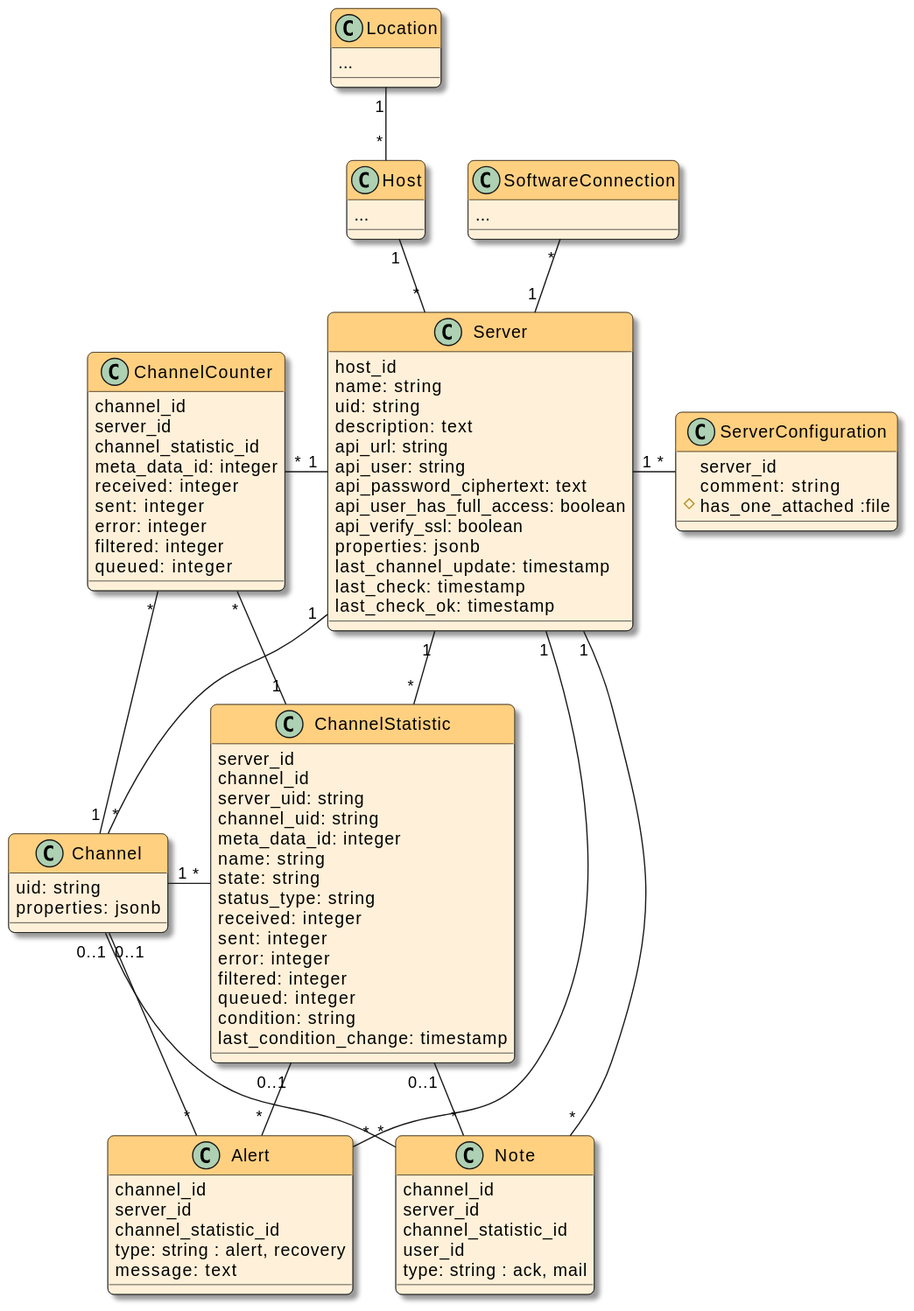
This is docsrc/devnotes/modules/ROOT/images/models.svg from swobspace/mirco, a PlantUML export, as it was before one commit. Source of this version:
```plantuml
@startuml
top to bottom direction

!theme mirco from .

class Location {
  ...
}
class Host {
  ...
}
class SoftwareConnection {
  ...
}

class Server  {
  host_id
  name: string
  uid: string
  description: text
  api_url: string
  api_user: string
  api_password_ciphertext: text
  api_user_has_full_access: boolean
  api_verify_ssl: boolean
  properties: jsonb
  last_channel_update: timestamp
  last_check: timestamp
  last_check_ok: timestamp
}

class Channel {
  uid: string
  properties: jsonb
}

class ChannelStatistic {
  server_id
  channel_id
  server_uid: string
  channel_uid: string
  meta_data_id: integer
  name: string
  state: string
  status_type: string
  received: integer
  sent: integer
  error: integer
  filtered: integer
  queued: integer
  condition: string
  last_condition_change: timestamp
}

class ChannelCounter {
  channel_id
  server_id
  channel_statistic_id
  meta_data_id: integer
  received: integer
  sent: integer
  error: integer
  filtered: integer
  queued: integer
}

class Alert {
  channel_id
  server_id
  channel_statistic_id
  type: string : alert, recovery
  message: text
}

class Note {
  channel_id
  server_id
  channel_statistic_id
  user_id
  type: string : ack, mail
}

class ServerConfiguration {
  server_id
  comment: string
  # has_one_attached :file
}

Location "1" -- "*" Host
Host "1" -- "*" Server
SoftwareConnection "*" -- "1" "Server"
Server "1" -- "*" Channel
Server "1" - "*" ServerConfiguration
Server "1" - "*" ChannelStatistic
Channel "1" - "*" ChannelStatistic
ChannelCounter "*" - "1" Server
ChannelCounter "*" -- "1" Channel
ChannelCounter "*" -- "1" ChannelStatistic
Server "1" -- "*" Alert
Channel "0..1" -- "*" Alert
ChannelStatistic "0..1" -- "*" Alert
Server "1" -- "*" Note
Channel "0..1" -- "*" Note
ChannelStatistic "0..1" -- "*" Note

@enduml
```
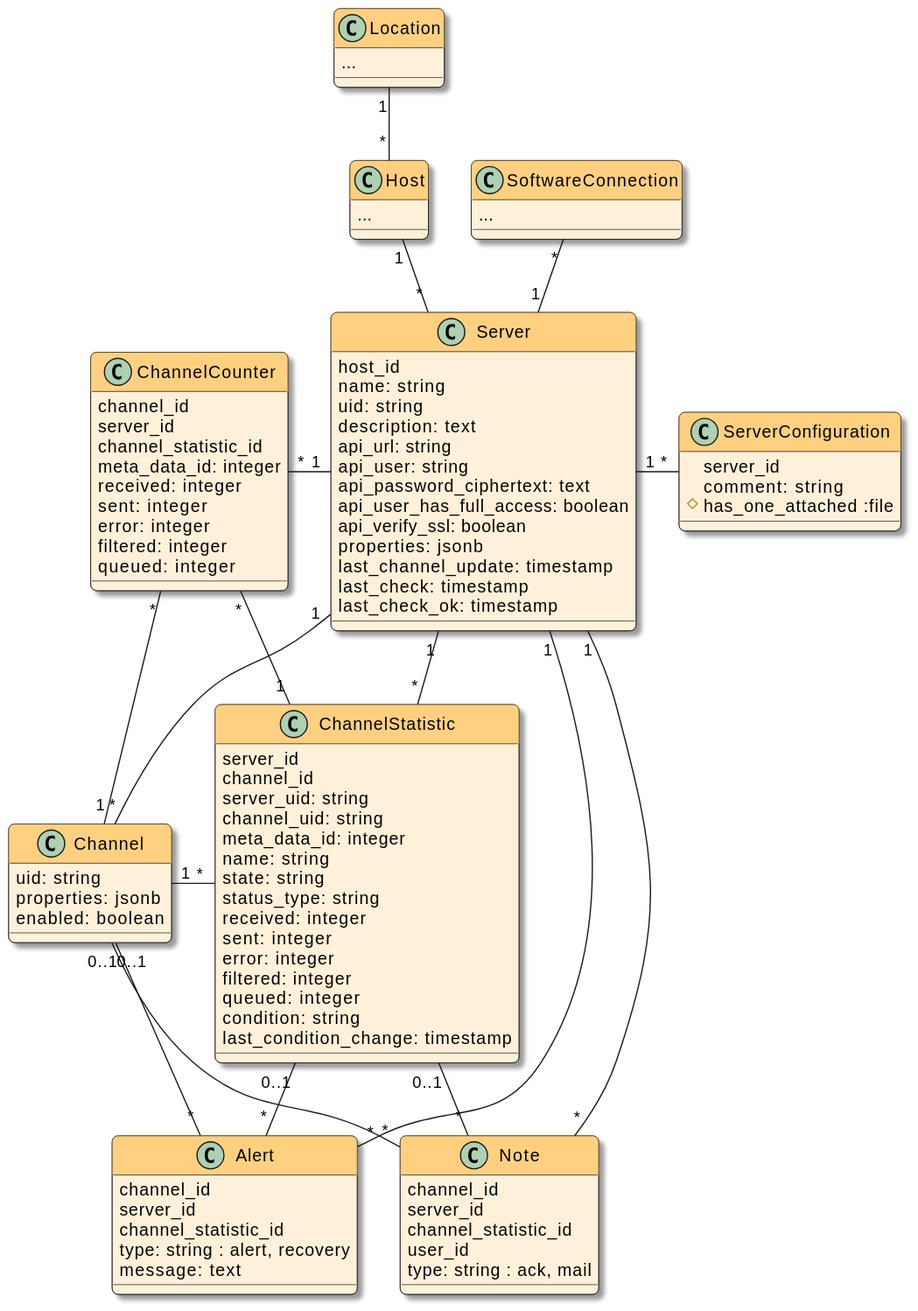
Above is the later version.

Commit message:
add Channel#enabled

Diff of the diagram source:
```diff
@@ -32,6 +32,7 @@
 class Channel {
   uid: string
   properties: jsonb
+  enabled: boolean
 }
 
 class ChannelStatistic {
```
